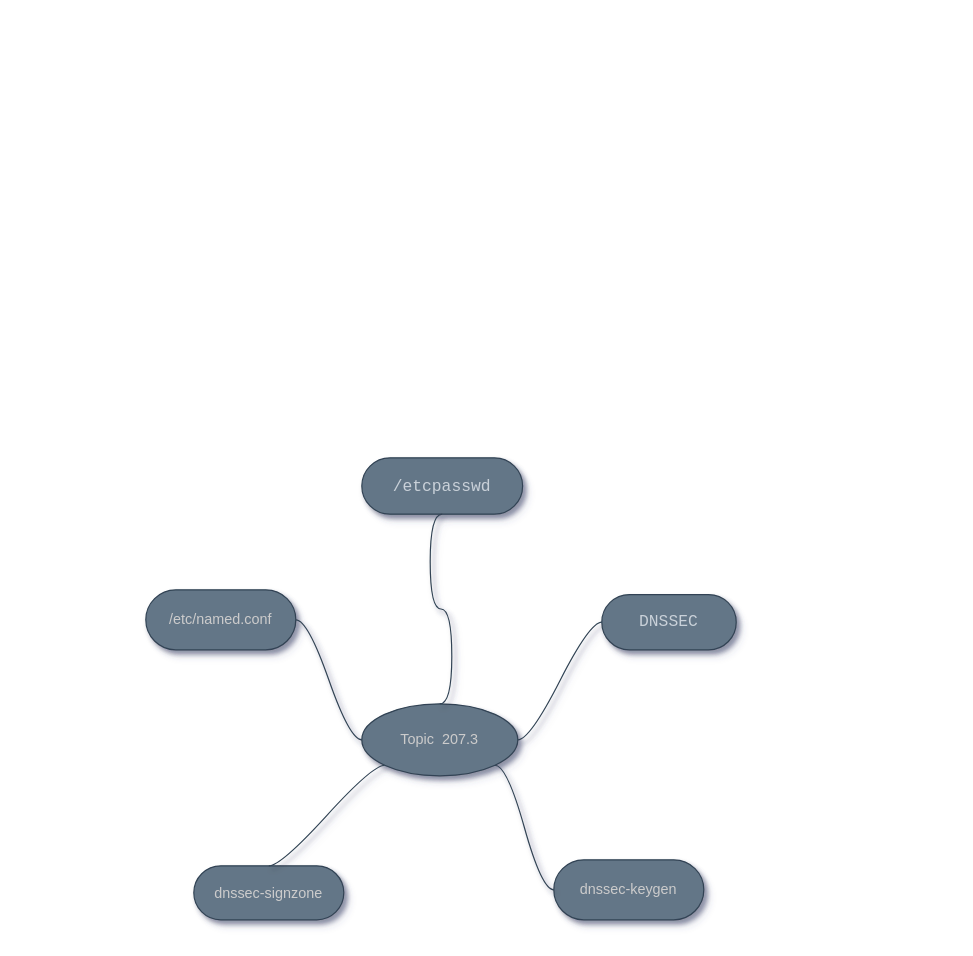
The draw.io diagram MindMaps/mindmap-207.3.drawio in marcossilvestrini/learning-lpic-2-202-450, before the edit. Source tidied: cells renumbered, new cells numbered last; positions are measured from the earlier drawing's top-left corner, leaving out a move shared by most shapes. Both pictures are drawn from the tidied source at 120%, with x=0, y=0 at pixel (145, 457).
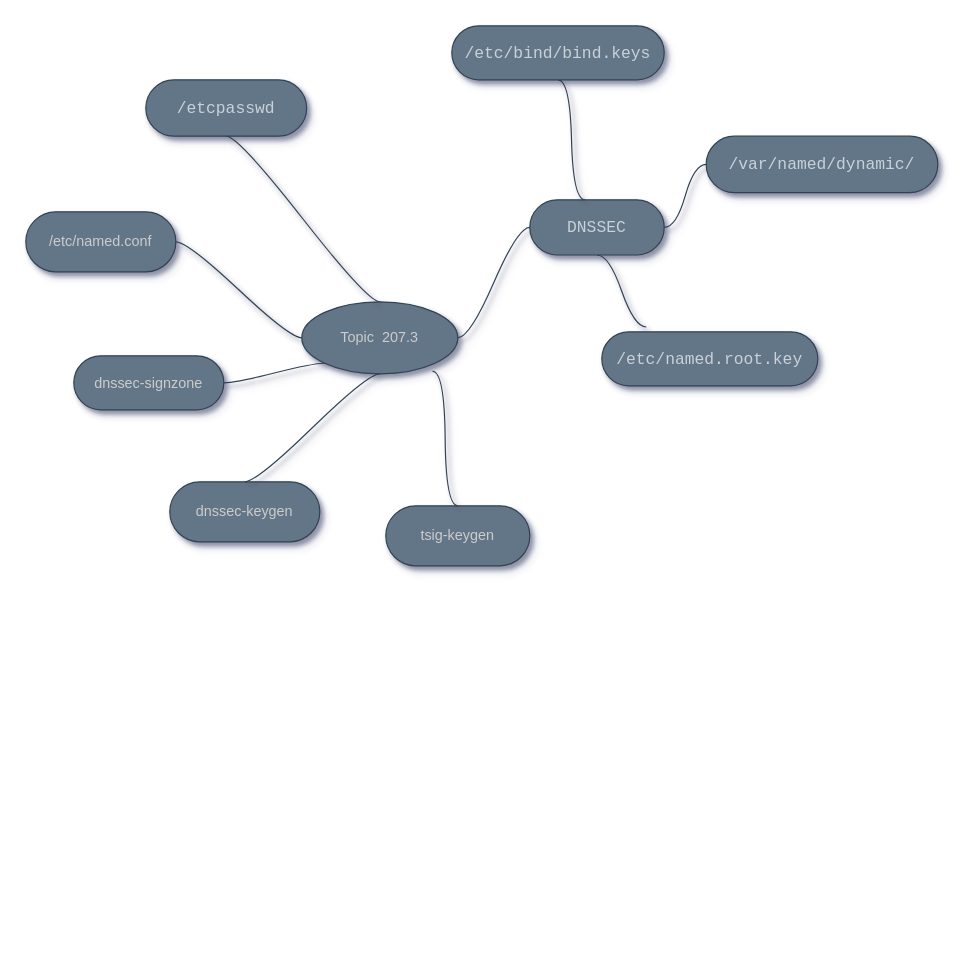
The same diagram, later.

Diff of the diagram source:
```diff
@@
     <mxCell id="2" value="Topic&amp;nbsp; 207.3" style="ellipse;whiteSpace=wrap;html=1;align=center;newEdgeStyle={&quot;edgeStyle&quot;:&quot;entityRelationEdgeStyle&quot;,&quot;startArrow&quot;:&quot;none&quot;,&quot;endArrow&quot;:&quot;none&quot;,&quot;segment&quot;:10,&quot;curved&quot;:1};fillColor=#647687;fontColor=#CCCCCC;strokeColor=#314354;shadow=1;sketch=0;" parent="1" vertex="1">
-      <mxGeometry x="180" y="205" width="130" height="60" as="geometry" />
+      <mxGeometry x="130" y="-130" width="130" height="60" as="geometry" />
     </mxCell>
     <mxCell id="3" value="&lt;pre style=&quot;box-sizing: border-box ; font-family: , , &amp;quot;sf mono&amp;quot; , &amp;quot;menlo&amp;quot; , &amp;quot;consolas&amp;quot; , &amp;quot;liberation mono&amp;quot; , monospace ; font-size: 13.6px ; margin-top: 0px ; margin-bottom: 0px ; overflow-wrap: normal ; padding: 16px ; overflow: auto ; line-height: 1.45 ; border-radius: 6px ; word-break: normal ; color: rgb(201 , 209 , 217)&quot;&gt;/etcpasswd&lt;/pre&gt;" style="whiteSpace=wrap;html=1;rounded=1;arcSize=50;align=center;verticalAlign=middle;strokeWidth=1;spacing=4;newEdgeStyle={&quot;edgeStyle&quot;:&quot;entityRelationEdgeStyle&quot;,&quot;startArrow&quot;:&quot;none&quot;,&quot;endArrow&quot;:&quot;none&quot;,&quot;segment&quot;:10,&quot;curved&quot;:1};fillColor=#647687;fontColor=#CCCCCC;strokeColor=#314354;shadow=1;sketch=0;" parent="1" vertex="1">
-      <mxGeometry x="180" width="134" height="47" as="geometry" />
+      <mxGeometry y="-315" width="134" height="47" as="geometry" />
     </mxCell>
@@
     <mxCell id="5" value="&lt;pre style=&quot;box-sizing: border-box ; font-family: , , &amp;quot;sf mono&amp;quot; , &amp;quot;menlo&amp;quot; , &amp;quot;consolas&amp;quot; , &amp;quot;liberation mono&amp;quot; , monospace ; font-size: 13.6px ; margin-top: 0px ; margin-bottom: 0px ; overflow-wrap: normal ; padding: 16px ; overflow: auto ; line-height: 1.45 ; border-radius: 6px ; word-break: normal ; color: rgb(201 , 209 , 217)&quot;&gt;DNSSEC&lt;/pre&gt;" style="whiteSpace=wrap;html=1;rounded=1;arcSize=50;align=center;verticalAlign=middle;strokeWidth=1;spacing=4;newEdgeStyle={&quot;edgeStyle&quot;:&quot;entityRelationEdgeStyle&quot;,&quot;startArrow&quot;:&quot;none&quot;,&quot;endArrow&quot;:&quot;none&quot;,&quot;segment&quot;:10,&quot;curved&quot;:1};fillColor=#647687;fontColor=#CCCCCC;strokeColor=#314354;shadow=1;sketch=0;" parent="1" vertex="1">
-      <mxGeometry x="380" y="114" width="112" height="46" as="geometry" />
+      <mxGeometry x="320" y="-215" width="112" height="46" as="geometry" />
     </mxCell>
@@
     <mxCell id="7" value="dnssec-signzone" style="whiteSpace=wrap;html=1;rounded=1;arcSize=50;align=center;verticalAlign=middle;strokeWidth=1;spacing=4;newEdgeStyle={&quot;edgeStyle&quot;:&quot;entityRelationEdgeStyle&quot;,&quot;startArrow&quot;:&quot;none&quot;,&quot;endArrow&quot;:&quot;none&quot;,&quot;segment&quot;:10,&quot;curved&quot;:1};fillColor=#647687;fontColor=#CCCCCC;strokeColor=#314354;shadow=1;sketch=0;" parent="1" vertex="1">
-      <mxGeometry x="40" y="340" width="125" height="45" as="geometry" />
+      <mxGeometry x="-60" y="-85" width="125" height="45" as="geometry" />
     </mxCell>
-    <mxCell id="8" style="edgeStyle=entityRelationEdgeStyle;startArrow=none;endArrow=none;segment=10;curved=1;exitX=0;exitY=1;exitDx=0;exitDy=0;fillColor=#647687;strokeColor=#314354;shadow=1;fontColor=#CCCCCC;sketch=0;align=center;entryX=0.5;entryY=0;entryDx=0;entryDy=0;" parent="1" edge="1" source="2" target="7">
+    <mxCell id="8" style="edgeStyle=entityRelationEdgeStyle;startArrow=none;endArrow=none;segment=10;curved=1;exitX=0;exitY=1;exitDx=0;exitDy=0;fillColor=#647687;strokeColor=#314354;shadow=1;fontColor=#CCCCCC;sketch=0;align=center;" parent="1" edge="1" source="2" target="7">
       <mxGeometry relative="1" as="geometry" />
     </mxCell>
     <mxCell id="9" value="dnssec-keygen" style="whiteSpace=wrap;html=1;rounded=1;arcSize=50;align=center;verticalAlign=middle;strokeWidth=1;spacing=4;newEdgeStyle={&quot;edgeStyle&quot;:&quot;entityRelationEdgeStyle&quot;,&quot;startArrow&quot;:&quot;none&quot;,&quot;endArrow&quot;:&quot;none&quot;,&quot;segment&quot;:10,&quot;curved&quot;:1};fillColor=#647687;fontColor=#CCCCCC;strokeColor=#314354;shadow=1;sketch=0;" parent="1" vertex="1">
-      <mxGeometry x="340" y="335" width="125" height="50" as="geometry" />
+      <mxGeometry x="20" y="20" width="125" height="50" as="geometry" />
     </mxCell>
-    <mxCell id="10" style="edgeStyle=entityRelationEdgeStyle;startArrow=none;endArrow=none;segment=10;curved=1;exitX=1;exitY=1;exitDx=0;exitDy=0;fillColor=#647687;strokeColor=#314354;shadow=1;fontColor=#CCCCCC;sketch=0;align=center;" parent="1" edge="1" source="2" target="9">
+    <mxCell id="10" style="edgeStyle=entityRelationEdgeStyle;startArrow=none;endArrow=none;segment=10;curved=1;exitX=0.5;exitY=1;exitDx=0;exitDy=0;fillColor=#647687;strokeColor=#314354;shadow=1;fontColor=#CCCCCC;sketch=0;align=center;entryX=0.5;entryY=0;entryDx=0;entryDy=0;" parent="1" edge="1" source="2" target="9">
       <mxGeometry relative="1" as="geometry" />
     </mxCell>
     <mxCell id="11" value="/etc/named.conf" style="whiteSpace=wrap;html=1;rounded=1;arcSize=50;align=center;verticalAlign=middle;strokeWidth=1;spacing=4;newEdgeStyle={&quot;edgeStyle&quot;:&quot;entityRelationEdgeStyle&quot;,&quot;startArrow&quot;:&quot;none&quot;,&quot;endArrow&quot;:&quot;none&quot;,&quot;segment&quot;:10,&quot;curved&quot;:1};fillColor=#647687;fontColor=#CCCCCC;strokeColor=#314354;shadow=1;sketch=0;" parent="1" vertex="1">
-      <mxGeometry y="110" width="125" height="50" as="geometry" />
+      <mxGeometry x="-100" y="-205" width="125" height="50" as="geometry" />
     </mxCell>
@@
+    <mxCell id="13" style="edgeStyle=entityRelationEdgeStyle;startArrow=none;endArrow=none;segment=10;curved=1;fillColor=#647687;strokeColor=#314354;shadow=1;fontColor=#CCCCCC;sketch=0;align=center;exitX=0.411;exitY=0;exitDx=0;exitDy=0;exitPerimeter=0;entryX=0.5;entryY=1;entryDx=0;entryDy=0;" parent="1" edge="1" source="5" target="14">
+      <mxGeometry relative="1" as="geometry" />
+    </mxCell>
+    <mxCell id="14" value="&lt;pre style=&quot;box-sizing: border-box ; font-family: , , &amp;quot;sf mono&amp;quot; , &amp;quot;menlo&amp;quot; , &amp;quot;consolas&amp;quot; , &amp;quot;liberation mono&amp;quot; , monospace ; font-size: 13.6px ; margin-top: 0px ; margin-bottom: 0px ; overflow-wrap: normal ; padding: 16px ; overflow: auto ; line-height: 1.45 ; border-radius: 6px ; word-break: normal ; color: rgb(201 , 209 , 217)&quot;&gt;/etc/bind/bind.keys&lt;/pre&gt;" style="whiteSpace=wrap;html=1;rounded=1;arcSize=50;align=center;verticalAlign=middle;strokeWidth=1;spacing=4;newEdgeStyle={&quot;edgeStyle&quot;:&quot;entityRelationEdgeStyle&quot;,&quot;startArrow&quot;:&quot;none&quot;,&quot;endArrow&quot;:&quot;none&quot;,&quot;segment&quot;:10,&quot;curved&quot;:1};fillColor=#647687;fontColor=#CCCCCC;strokeColor=#314354;shadow=1;sketch=0;" parent="1" vertex="1">
+      <mxGeometry x="255" y="-360" width="177" height="45" as="geometry" />
+    </mxCell>
+    <mxCell id="15" style="edgeStyle=entityRelationEdgeStyle;startArrow=none;endArrow=none;segment=10;curved=1;fillColor=#647687;strokeColor=#314354;shadow=1;fontColor=#CCCCCC;sketch=0;align=center;exitX=0.5;exitY=1;exitDx=0;exitDy=0;entryX=0.206;entryY=-0.089;entryDx=0;entryDy=0;entryPerimeter=0;" parent="1" edge="1" source="5" target="16">
+      <mxGeometry relative="1" as="geometry" />
+    </mxCell>
+    <mxCell id="16" value="&lt;pre style=&quot;box-sizing: border-box ; font-family: , , &amp;quot;sf mono&amp;quot; , &amp;quot;menlo&amp;quot; , &amp;quot;consolas&amp;quot; , &amp;quot;liberation mono&amp;quot; , monospace ; font-size: 13.6px ; margin-top: 0px ; margin-bottom: 0px ; overflow-wrap: normal ; padding: 16px ; overflow: auto ; line-height: 1.45 ; border-radius: 6px ; word-break: normal ; color: rgb(201 , 209 , 217)&quot;&gt;/etc/named.root.key&lt;/pre&gt;" style="whiteSpace=wrap;html=1;rounded=1;arcSize=50;align=center;verticalAlign=middle;strokeWidth=1;spacing=4;newEdgeStyle={&quot;edgeStyle&quot;:&quot;entityRelationEdgeStyle&quot;,&quot;startArrow&quot;:&quot;none&quot;,&quot;endArrow&quot;:&quot;none&quot;,&quot;segment&quot;:10,&quot;curved&quot;:1};fillColor=#647687;fontColor=#CCCCCC;strokeColor=#314354;shadow=1;sketch=0;" parent="1" vertex="1">
+      <mxGeometry x="380" y="-105" width="180" height="45" as="geometry" />
+    </mxCell>
+    <mxCell id="17" style="edgeStyle=entityRelationEdgeStyle;startArrow=none;endArrow=none;segment=10;curved=1;fillColor=#647687;strokeColor=#314354;shadow=1;fontColor=#CCCCCC;sketch=0;align=center;exitX=1;exitY=0.5;exitDx=0;exitDy=0;" parent="1" edge="1" source="5" target="18">
+      <mxGeometry relative="1" as="geometry" />
+    </mxCell>
+    <mxCell id="18" value="&lt;pre style=&quot;box-sizing: border-box ; font-family: , , &amp;quot;sf mono&amp;quot; , &amp;quot;menlo&amp;quot; , &amp;quot;consolas&amp;quot; , &amp;quot;liberation mono&amp;quot; , monospace ; font-size: 13.6px ; margin-top: 0px ; margin-bottom: 0px ; overflow-wrap: normal ; padding: 16px ; overflow: auto ; line-height: 1.45 ; border-radius: 6px ; word-break: normal ; color: rgb(201 , 209 , 217)&quot;&gt;/var/named/dynamic/&lt;/pre&gt;" style="whiteSpace=wrap;html=1;rounded=1;arcSize=50;align=center;verticalAlign=middle;strokeWidth=1;spacing=4;newEdgeStyle={&quot;edgeStyle&quot;:&quot;entityRelationEdgeStyle&quot;,&quot;startArrow&quot;:&quot;none&quot;,&quot;endArrow&quot;:&quot;none&quot;,&quot;segment&quot;:10,&quot;curved&quot;:1};fillColor=#647687;fontColor=#CCCCCC;strokeColor=#314354;shadow=1;sketch=0;" parent="1" vertex="1">
+      <mxGeometry x="467" y="-268" width="193" height="47" as="geometry" />
+    </mxCell>
+    <mxCell id="19" value="tsig-keygen" style="whiteSpace=wrap;html=1;rounded=1;arcSize=50;align=center;verticalAlign=middle;strokeWidth=1;spacing=4;newEdgeStyle={&quot;edgeStyle&quot;:&quot;entityRelationEdgeStyle&quot;,&quot;startArrow&quot;:&quot;none&quot;,&quot;endArrow&quot;:&quot;none&quot;,&quot;segment&quot;:10,&quot;curved&quot;:1};fillColor=#647687;fontColor=#CCCCCC;strokeColor=#314354;shadow=1;sketch=0;" parent="1" vertex="1">
+      <mxGeometry x="200" y="40" width="120" height="50" as="geometry" />
+    </mxCell>
+    <mxCell id="20" style="edgeStyle=entityRelationEdgeStyle;startArrow=none;endArrow=none;segment=10;curved=1;exitX=0.838;exitY=0.967;exitDx=0;exitDy=0;fillColor=#647687;strokeColor=#314354;shadow=1;fontColor=#CCCCCC;sketch=0;align=center;entryX=0.5;entryY=0;entryDx=0;entryDy=0;exitPerimeter=0;" parent="1" edge="1" source="2" target="19">
+      <mxGeometry relative="1" as="geometry" />
+    </mxCell>
```
